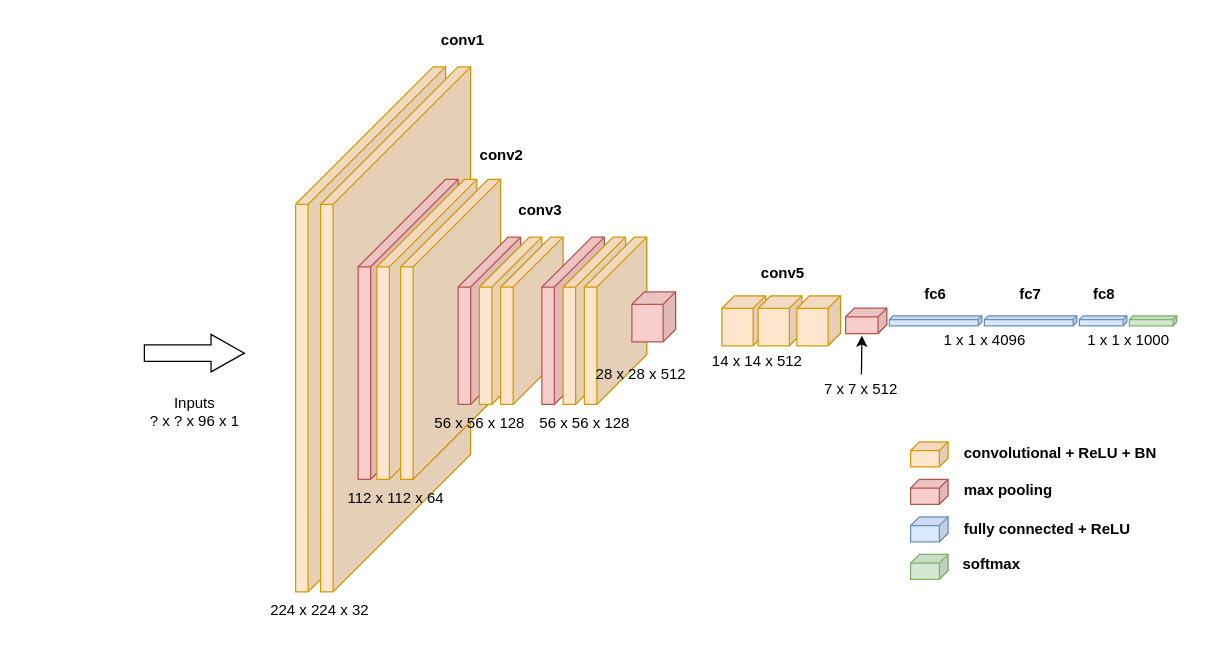
Above: vgg16_xml.drawio in algerjiang/Neural-Network-Architecture-Diagrams (draw.io), before the change. Source tidied: cells renumbered, new cells numbered last; positions are measured from the earlier drawing's top-left corner, leaving out a move shared by most shapes. Both pictures are drawn from the tidied source at 125%, with x=0, y=0 at pixel (131, 21).
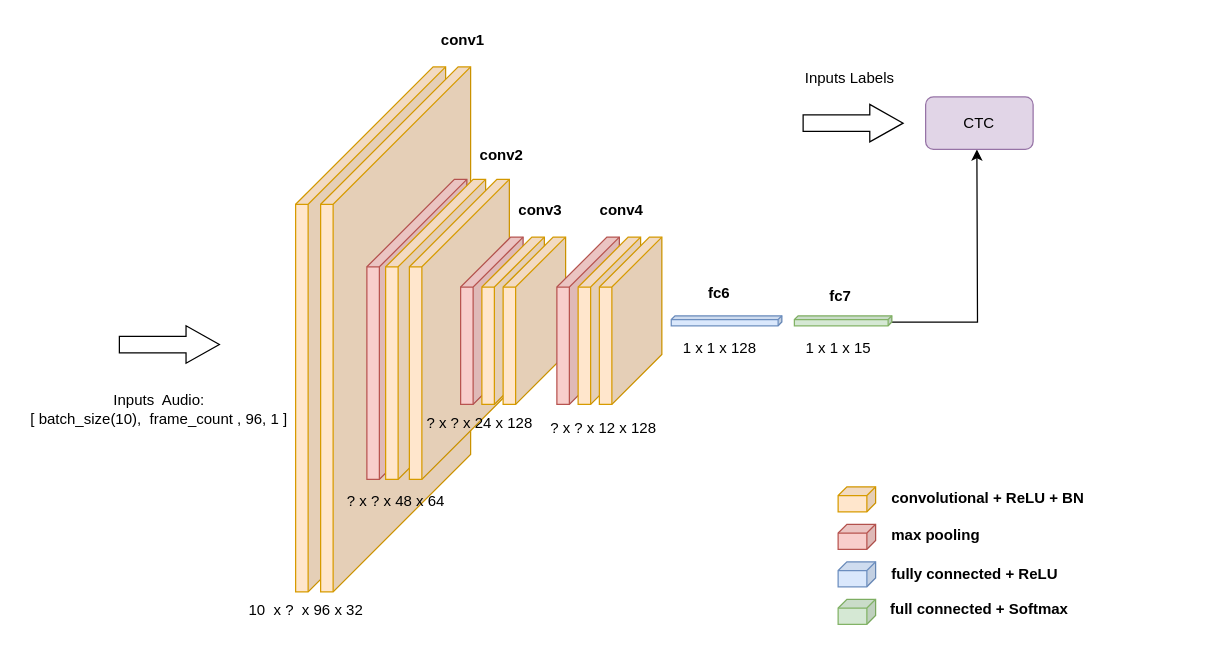
Above is the later version.

What changed in the source:
```diff
@@
     <mxCell id="4" style="shape=cube;whiteSpace=wrap;html=1;boundedLbl=1;backgroundOutline=1;darkOpacity=0.05;darkOpacity2=0.1;size=70;direction=east;flipH=1;fillColor=#f8cecc;strokeColor=#b85450;" parent="1" vertex="1">
-      <mxGeometry x="181" y="126" width="80" height="240" as="geometry" />
+      <mxGeometry x="188" y="126" width="80" height="240" as="geometry" />
     </mxCell>
     <mxCell id="5" style="shape=cube;whiteSpace=wrap;html=1;boundedLbl=1;backgroundOutline=1;darkOpacity=0.05;darkOpacity2=0.1;size=70;direction=east;flipH=1;fillColor=#ffe6cc;strokeColor=#d79b00;" parent="1" vertex="1">
-      <mxGeometry x="196" y="126" width="80" height="240" as="geometry" />
+      <mxGeometry x="203" y="126" width="80" height="240" as="geometry" />
     </mxCell>
     <mxCell id="6" style="shape=cube;whiteSpace=wrap;html=1;boundedLbl=1;backgroundOutline=1;darkOpacity=0.05;darkOpacity2=0.1;size=70;direction=east;flipH=1;fillColor=#ffe6cc;strokeColor=#d79b00;" parent="1" vertex="1">
-      <mxGeometry x="215" y="126" width="80" height="240" as="geometry" />
+      <mxGeometry x="222" y="126" width="80" height="240" as="geometry" />
     </mxCell>
     <mxCell id="7" style="shape=cube;whiteSpace=wrap;html=1;boundedLbl=1;backgroundOutline=1;darkOpacity=0.05;darkOpacity2=0.1;size=40;direction=east;flipH=1;fillColor=#f8cecc;strokeColor=#b85450;" parent="1" vertex="1">
-      <mxGeometry x="261" y="172.2" width="50" height="133.8" as="geometry" />
+      <mxGeometry x="263" y="172.2" width="50" height="133.8" as="geometry" />
     </mxCell>
     <mxCell id="8" style="shape=cube;whiteSpace=wrap;html=1;boundedLbl=1;backgroundOutline=1;darkOpacity=0.05;darkOpacity2=0.1;size=40;direction=east;flipH=1;fillColor=#ffe6cc;strokeColor=#d79b00;" parent="1" vertex="1">
-      <mxGeometry x="278" y="172.2" width="50" height="133.8" as="geometry" />
+      <mxGeometry x="280" y="172.2" width="50" height="133.8" as="geometry" />
     </mxCell>
     <mxCell id="9" style="shape=cube;whiteSpace=wrap;html=1;boundedLbl=1;backgroundOutline=1;darkOpacity=0.05;darkOpacity2=0.1;size=40;direction=east;flipH=1;fillColor=#ffe6cc;strokeColor=#d79b00;" parent="1" vertex="1">
-      <mxGeometry x="295" y="172.2" width="50" height="133.8" as="geometry" />
+      <mxGeometry x="297" y="172.2" width="50" height="133.8" as="geometry" />
     </mxCell>
-    <mxCell id="10" style="shape=cube;whiteSpace=wrap;html=1;boundedLbl=1;backgroundOutline=1;darkOpacity=0.05;darkOpacity2=0.1;size=10;direction=east;flipH=1;fillColor=#ffe6cc;strokeColor=#d79b00;" parent="1" vertex="1">
-      <mxGeometry x="472" y="219.1" width="35" height="40" as="geometry" />
-    </mxCell>
-    <mxCell id="11" style="shape=cube;whiteSpace=wrap;html=1;boundedLbl=1;backgroundOutline=1;darkOpacity=0.05;darkOpacity2=0.1;size=7;direction=east;flipH=1;fillColor=#f8cecc;strokeColor=#b85450;" parent="1" vertex="1">
-      <mxGeometry x="571" y="229" width="33" height="20.3" as="geometry" />
-    </mxCell>
     <mxCell id="12" style="shape=cube;whiteSpace=wrap;html=1;boundedLbl=1;backgroundOutline=1;darkOpacity=0.05;darkOpacity2=0.1;size=3;direction=east;flipH=1;fillColor=#dae8fc;strokeColor=#6c8ebf;" parent="1" vertex="1">
-      <mxGeometry x="606" y="235.1" width="74" height="8" as="geometry" />
+      <mxGeometry x="431.5" y="235.1" width="88.5" height="8" as="geometry" />
     </mxCell>
-    <mxCell id="13" style="shape=cube;whiteSpace=wrap;html=1;boundedLbl=1;backgroundOutline=1;darkOpacity=0.05;darkOpacity2=0.1;size=3;direction=east;flipH=1;fillColor=#dae8fc;strokeColor=#6c8ebf;" parent="1" vertex="1">
-      <mxGeometry x="682" y="235.1" width="74" height="8" as="geometry" />
-    </mxCell>
-    <mxCell id="14" style="shape=cube;whiteSpace=wrap;html=1;boundedLbl=1;backgroundOutline=1;darkOpacity=0.05;darkOpacity2=0.1;size=3;direction=east;flipH=1;fillColor=#dae8fc;strokeColor=#6c8ebf;" parent="1" vertex="1">
-      <mxGeometry x="758" y="235.1" width="38" height="8" as="geometry" />
-    </mxCell>
     <mxCell id="15" style="shape=cube;whiteSpace=wrap;html=1;boundedLbl=1;backgroundOutline=1;darkOpacity=0.05;darkOpacity2=0.1;size=7;direction=east;flipH=1;fillColor=#ffe6cc;strokeColor=#d79b00;" parent="1" vertex="1">
-      <mxGeometry x="623" y="336" width="30" height="20" as="geometry" />
+      <mxGeometry x="565" y="371.9" width="30" height="20" as="geometry" />
     </mxCell>
     <mxCell id="16" style="shape=cube;whiteSpace=wrap;html=1;boundedLbl=1;backgroundOutline=1;darkOpacity=0.05;darkOpacity2=0.1;size=7;direction=east;flipH=1;fillColor=#f8cecc;strokeColor=#b85450;" parent="1" vertex="1">
-      <mxGeometry x="623" y="366" width="30" height="20" as="geometry" />
+      <mxGeometry x="565" y="401.9" width="30" height="20" as="geometry" />
     </mxCell>
     <mxCell id="17" style="shape=cube;whiteSpace=wrap;html=1;boundedLbl=1;backgroundOutline=1;darkOpacity=0.05;darkOpacity2=0.1;size=7;direction=east;flipH=1;fillColor=#dae8fc;strokeColor=#6c8ebf;" parent="1" vertex="1">
-      <mxGeometry x="623" y="396" width="30" height="20" as="geometry" />
+      <mxGeometry x="565" y="431.9" width="30" height="20" as="geometry" />
     </mxCell>
+    <mxCell id="49" style="edgeStyle=orthogonalEdgeStyle;rounded=0;jettySize=auto;html=1;exitX=0;exitY=0;exitDx=0;exitDy=5;exitPerimeter=0;" parent="1" edge="1" source="18">
+      <mxGeometry relative="1" as="geometry">
+        <mxPoint x="676" y="102" as="targetPoint" />
+      </mxGeometry>
+    </mxCell>
     <mxCell id="18" style="shape=cube;whiteSpace=wrap;html=1;boundedLbl=1;backgroundOutline=1;darkOpacity=0.05;darkOpacity2=0.1;size=3;direction=east;flipH=1;fillColor=#d5e8d4;strokeColor=#82b366;" parent="1" vertex="1">
-      <mxGeometry x="798" y="235.1" width="38" height="8" as="geometry" />
+      <mxGeometry x="530" y="235.1" width="78" height="8" as="geometry" />
     </mxCell>
     <mxCell id="19" style="shape=cube;whiteSpace=wrap;html=1;boundedLbl=1;backgroundOutline=1;darkOpacity=0.05;darkOpacity2=0.1;size=7;direction=east;flipH=1;fillColor=#d5e8d4;strokeColor=#82b366;" parent="1" vertex="1">
-      <mxGeometry x="623" y="426" width="30" height="20" as="geometry" />
+      <mxGeometry x="565" y="461.9" width="30" height="20" as="geometry" />
     </mxCell>
@@
-    <mxCell id="23" value="&lt;b&gt;conv5&lt;/b&gt;" style="text;html=1;strokeColor=none;fillColor=none;align=center;verticalAlign=middle;whiteSpace=wrap;rounded=0;" parent="1" vertex="1">
-      <mxGeometry x="501" y="186" width="40" height="30" as="geometry" />
-    </mxCell>
     <mxCell id="24" value="&lt;b&gt;fc6&lt;/b&gt;" style="text;html=1;strokeColor=none;fillColor=none;align=center;verticalAlign=middle;whiteSpace=wrap;rounded=0;" parent="1" vertex="1">
-      <mxGeometry x="623" y="202.6" width="40" height="30" as="geometry" />
+      <mxGeometry x="450" y="202" width="40" height="30" as="geometry" />
     </mxCell>
     <mxCell id="25" value="&lt;b&gt;fc7&lt;/b&gt;" style="text;html=1;strokeColor=none;fillColor=none;align=center;verticalAlign=middle;whiteSpace=wrap;rounded=0;" parent="1" vertex="1">
-      <mxGeometry x="699" y="202.6" width="40" height="30" as="geometry" />
+      <mxGeometry x="547" y="205.1" width="40" height="30" as="geometry" />
     </mxCell>
-    <mxCell id="26" value="&lt;b&gt;fc8&lt;/b&gt;" style="text;html=1;strokeColor=none;fillColor=none;align=center;verticalAlign=middle;whiteSpace=wrap;rounded=0;" parent="1" vertex="1">
-      <mxGeometry x="758" y="202.6" width="40" height="30" as="geometry" />
-    </mxCell>
-    <mxCell id="27" value="224 x 224 x 32" style="text;html=1;strokeColor=none;fillColor=none;align=center;verticalAlign=middle;whiteSpace=wrap;rounded=0;" parent="1" vertex="1">
-      <mxGeometry x="101" y="456" width="99" height="30" as="geometry" />
+    <mxCell id="27" value="10&amp;nbsp; x ?&amp;nbsp; x 96 x 32" style="text;html=1;strokeColor=none;fillColor=none;align=center;verticalAlign=middle;whiteSpace=wrap;rounded=0;" parent="1" vertex="1">
+      <mxGeometry x="90" y="456" width="99" height="30" as="geometry" />
     </mxCell>
-    <mxCell id="28" value="112 x 112 x 64" style="text;html=1;strokeColor=none;fillColor=none;align=center;verticalAlign=middle;whiteSpace=wrap;rounded=0;" parent="1" vertex="1">
-      <mxGeometry x="162" y="366" width="99" height="30" as="geometry" />
+    <mxCell id="28" value="? x ? x 48 x 64" style="text;html=1;strokeColor=none;fillColor=none;align=center;verticalAlign=middle;whiteSpace=wrap;rounded=0;" parent="1" vertex="1">
+      <mxGeometry x="167.8" y="372" width="86.5" height="24" as="geometry" />
     </mxCell>
-    <mxCell id="29" value="56 x 56 x 128&lt;br&gt;" style="text;html=1;strokeColor=none;fillColor=none;align=center;verticalAlign=middle;whiteSpace=wrap;rounded=0;" parent="1" vertex="1">
-      <mxGeometry x="229" y="306" width="99" height="30" as="geometry" />
+    <mxCell id="29" value="? x ? x 24 x 128" style="text;html=1;strokeColor=none;fillColor=none;align=center;verticalAlign=middle;whiteSpace=wrap;rounded=0;" parent="1" vertex="1">
+      <mxGeometry x="234" y="306" width="89" height="30" as="geometry" />
     </mxCell>
-    <mxCell id="30" value="14 x 14 x 512" style="text;html=1;strokeColor=none;fillColor=none;align=center;verticalAlign=middle;whiteSpace=wrap;rounded=0;" parent="1" vertex="1">
-      <mxGeometry x="451" y="257.1" width="99" height="30" as="geometry" />
-    </mxCell>
-    <mxCell id="31" style="shape=cube;whiteSpace=wrap;html=1;boundedLbl=1;backgroundOutline=1;darkOpacity=0.05;darkOpacity2=0.1;size=10;direction=east;flipH=1;fillColor=#ffe6cc;strokeColor=#d79b00;" parent="1" vertex="1">
-      <mxGeometry x="501" y="219.1" width="35" height="40" as="geometry" />
-    </mxCell>
-    <mxCell id="32" style="shape=cube;whiteSpace=wrap;html=1;boundedLbl=1;backgroundOutline=1;darkOpacity=0.05;darkOpacity2=0.1;size=10;direction=east;flipH=1;fillColor=#ffe6cc;strokeColor=#d79b00;" parent="1" vertex="1">
-      <mxGeometry x="532" y="219.1" width="35" height="40" as="geometry" />
-    </mxCell>
-    <mxCell id="33" value="7 x 7 x 512" style="text;html=1;strokeColor=none;fillColor=none;align=center;verticalAlign=middle;whiteSpace=wrap;rounded=0;" parent="1" vertex="1">
-      <mxGeometry x="534" y="282.1" width="99" height="23.9" as="geometry" />
-    </mxCell>
-    <mxCell id="34" style="endArrow=classic;html=1;entryX=0.605;entryY=1.084;entryDx=0;entryDy=0;entryPerimeter=0;" parent="1" edge="1" source="33" target="11">
-      <mxGeometry relative="1" as="geometry" />
-    </mxCell>
-    <mxCell id="35" value="1 x 1 x 4096" style="text;html=1;strokeColor=none;fillColor=none;align=center;verticalAlign=middle;whiteSpace=wrap;rounded=0;" parent="1" vertex="1">
-      <mxGeometry x="633" y="243.1" width="99" height="24" as="geometry" />
+    <mxCell id="35" value="1 x 1 x 128" style="text;html=1;strokeColor=none;fillColor=none;align=center;verticalAlign=middle;whiteSpace=wrap;rounded=0;" parent="1" vertex="1">
+      <mxGeometry x="431.5" y="249.1" width="77" height="24" as="geometry" />
     </mxCell>
-    <mxCell id="36" value="1 x 1 x 1000" style="text;html=1;strokeColor=none;fillColor=none;align=center;verticalAlign=middle;whiteSpace=wrap;rounded=0;" parent="1" vertex="1">
-      <mxGeometry x="748" y="243.1" width="99" height="24" as="geometry" />
-    </mxCell>
     <mxCell id="37" value="convolutional + ReLU + BN" style="text;html=1;strokeColor=none;fillColor=none;align=left;verticalAlign=middle;whiteSpace=wrap;rounded=0;fontStyle=1;" parent="1" vertex="1">
-      <mxGeometry x="664" y="333.1" width="166" height="23.9" as="geometry" />
+      <mxGeometry x="606" y="369" width="166" height="23.9" as="geometry" />
     </mxCell>
     <mxCell id="38" value="max pooling" style="text;html=1;strokeColor=none;fillColor=none;align=left;verticalAlign=middle;whiteSpace=wrap;rounded=0;fontStyle=1;" parent="1" vertex="1">
-      <mxGeometry x="664" y="363.1" width="138" height="23.9" as="geometry" />
+      <mxGeometry x="606" y="399" width="138" height="23.9" as="geometry" />
     </mxCell>
     <mxCell id="39" value="fully connected + ReLU" style="text;html=1;strokeColor=none;fillColor=none;align=left;verticalAlign=middle;whiteSpace=wrap;rounded=0;fontStyle=1;" parent="1" vertex="1">
-      <mxGeometry x="664" y="394.1" width="138" height="23.9" as="geometry" />
+      <mxGeometry x="606" y="430.1" width="138" height="23.9" as="geometry" />
     </mxCell>
-    <mxCell id="40" value="softmax" style="text;html=1;strokeColor=none;fillColor=none;align=left;verticalAlign=middle;whiteSpace=wrap;rounded=0;fontStyle=1;" parent="1" vertex="1">
-      <mxGeometry x="663" y="422.1" width="138" height="23.9" as="geometry" />
+    <mxCell id="40" value="full connected + Softmax" style="text;html=1;strokeColor=none;fillColor=none;align=left;verticalAlign=middle;whiteSpace=wrap;rounded=0;fontStyle=1;" parent="1" vertex="1">
+      <mxGeometry x="605" y="458.1" width="157" height="23.9" as="geometry" />
     </mxCell>
     <mxCell id="41" style="shape=cube;whiteSpace=wrap;html=1;boundedLbl=1;backgroundOutline=1;darkOpacity=0.05;darkOpacity2=0.1;size=40;direction=east;flipH=1;fillColor=#f8cecc;strokeColor=#b85450;" parent="1" vertex="1">
-      <mxGeometry x="328" y="172.2" width="50" height="133.8" as="geometry" />
+      <mxGeometry x="340" y="172.2" width="50" height="133.8" as="geometry" />
     </mxCell>
     <mxCell id="42" style="shape=cube;whiteSpace=wrap;html=1;boundedLbl=1;backgroundOutline=1;darkOpacity=0.05;darkOpacity2=0.1;size=40;direction=east;flipH=1;fillColor=#ffe6cc;strokeColor=#d79b00;" parent="1" vertex="1">
-      <mxGeometry x="345" y="172.2" width="50" height="133.8" as="geometry" />
+      <mxGeometry x="357" y="172.2" width="50" height="133.8" as="geometry" />
     </mxCell>
     <mxCell id="43" style="shape=cube;whiteSpace=wrap;html=1;boundedLbl=1;backgroundOutline=1;darkOpacity=0.05;darkOpacity2=0.1;size=40;direction=east;flipH=1;fillColor=#ffe6cc;strokeColor=#d79b00;" parent="1" vertex="1">
-      <mxGeometry x="362" y="172.2" width="50" height="133.8" as="geometry" />
+      <mxGeometry x="374" y="172.2" width="50" height="133.8" as="geometry" />
     </mxCell>
-    <mxCell id="44" value="56 x 56 x 128&lt;br&gt;" style="text;html=1;strokeColor=none;fillColor=none;align=center;verticalAlign=middle;whiteSpace=wrap;rounded=0;" parent="1" vertex="1">
-      <mxGeometry x="313" y="306" width="99" height="30" as="geometry" />
-    </mxCell>
-    <mxCell id="45" style="shape=cube;whiteSpace=wrap;html=1;boundedLbl=1;backgroundOutline=1;darkOpacity=0.05;darkOpacity2=0.1;size=10;direction=east;flipH=1;fillColor=#f8cecc;strokeColor=#b85450;" parent="1" vertex="1">
-      <mxGeometry x="400" y="216" width="35" height="40" as="geometry" />
-    </mxCell>
-    <mxCell id="46" value="28 x 28 x 512" style="text;html=1;strokeColor=none;fillColor=none;align=center;verticalAlign=middle;whiteSpace=wrap;rounded=0;" parent="1" vertex="1">
-      <mxGeometry x="358" y="267.1" width="99" height="30" as="geometry" />
-    </mxCell>
     <mxCell id="47" style="html=1;shadow=0;dashed=0;align=center;verticalAlign=middle;shape=mxgraph.arrows2.arrow;dy=0.56;dx=26.67;notch=0;" parent="1" vertex="1">
-      <mxGeometry x="10" y="250" width="80" height="30" as="geometry" />
+      <mxGeometry x="-10" y="243.1" width="80" height="30" as="geometry" />
     </mxCell>
-    <mxCell id="48" value="Inputs&lt;br&gt;? x ? x 96 x 1" style="text;html=1;strokeColor=none;fillColor=none;align=center;verticalAlign=middle;whiteSpace=wrap;rounded=0;" parent="1" vertex="1">
-      <mxGeometry x="0.5" y="297.1" width="99" height="30" as="geometry" />
+    <mxCell id="48" value="Inputs&amp;nbsp; Audio:&lt;br&gt;[ batch_size(10),&amp;nbsp; frame_count , 96, 1 ]" style="text;html=1;strokeColor=none;fillColor=none;align=center;verticalAlign=middle;whiteSpace=wrap;rounded=0;" parent="1" vertex="1">
+      <mxGeometry x="-88.5" y="283.1" width="219.5" height="52.9" as="geometry" />
     </mxCell>
+    <mxCell id="50" value="? x ? x 12&amp;nbsp;x 128" style="text;html=1;strokeColor=none;fillColor=none;align=center;verticalAlign=middle;whiteSpace=wrap;rounded=0;" parent="1" vertex="1">
+      <mxGeometry x="332.5" y="310" width="89" height="30" as="geometry" />
+    </mxCell>
+    <mxCell id="51" value="&lt;b&gt;conv4&lt;/b&gt;" style="text;html=1;strokeColor=none;fillColor=none;align=center;verticalAlign=middle;whiteSpace=wrap;rounded=0;" parent="1" vertex="1">
+      <mxGeometry x="372" y="136" width="40" height="30" as="geometry" />
+    </mxCell>
+    <mxCell id="52" value="1 x 1 x 15" style="text;html=1;strokeColor=none;fillColor=none;align=center;verticalAlign=middle;whiteSpace=wrap;rounded=0;" parent="1" vertex="1">
+      <mxGeometry x="527" y="249.1" width="77" height="24" as="geometry" />
+    </mxCell>
+    <mxCell id="53" value="CTC" style="rounded=1;whiteSpace=wrap;html=1;fillColor=#e1d5e7;strokeColor=#9673a6;gradientColor=none;gradientDirection=north;fillStyle=auto;" parent="1" vertex="1">
+      <mxGeometry x="635" y="60" width="86" height="42" as="geometry" />
+    </mxCell>
+    <mxCell id="54" style="html=1;shadow=0;dashed=0;align=center;verticalAlign=middle;shape=mxgraph.arrows2.arrow;dy=0.56;dx=26.67;notch=0;" parent="1" vertex="1">
+      <mxGeometry x="537" y="66" width="80" height="30" as="geometry" />
+    </mxCell>
+    <mxCell id="55" value="Inputs Labels" style="text;html=1;strokeColor=none;fillColor=none;align=center;verticalAlign=middle;whiteSpace=wrap;rounded=0;" parent="1" vertex="1">
+      <mxGeometry x="523" y="29" width="102.8" height="31" as="geometry" />
+    </mxCell>
```
